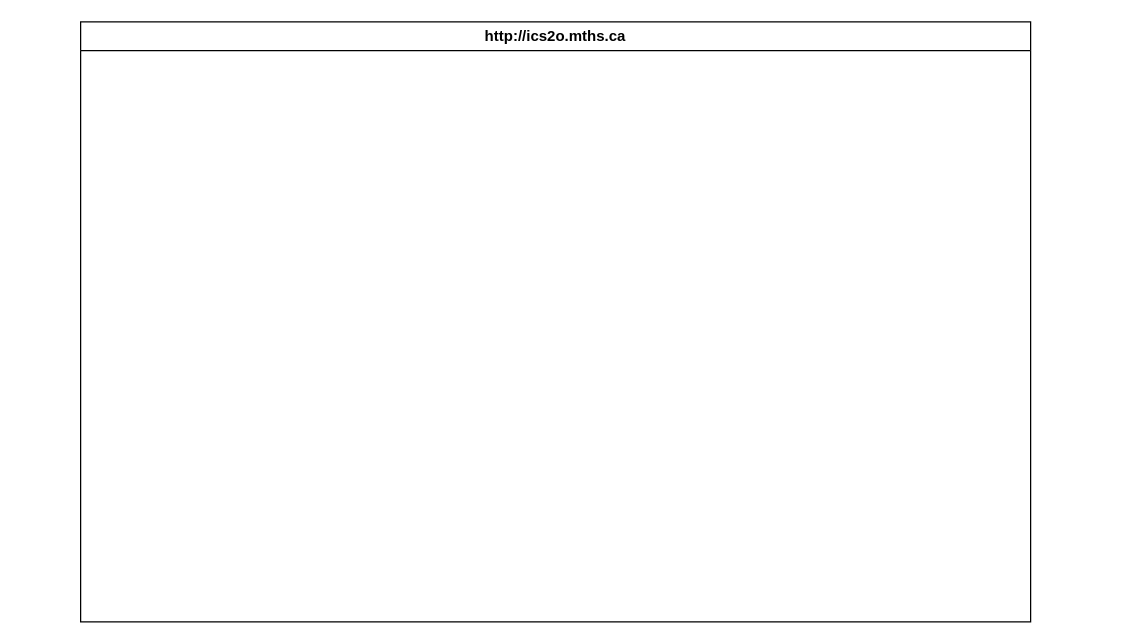
The draw.io diagram design/storyboard.drawio in MTHS-ICD2O-1-2023/ICD2O-Unit-5-06-pablo-fiallos-granados, before the edit. Source tidied: cells renumbered, new cells numbered last; positions are measured from the earlier drawing's top-left corner, leaving out a move shared by most shapes. Both pictures are drawn from the tidied source at 125%, with x=0, y=0 at pixel (80, 21). Pictures stored in the file or linked from it are replaced by grey dashed boxes.
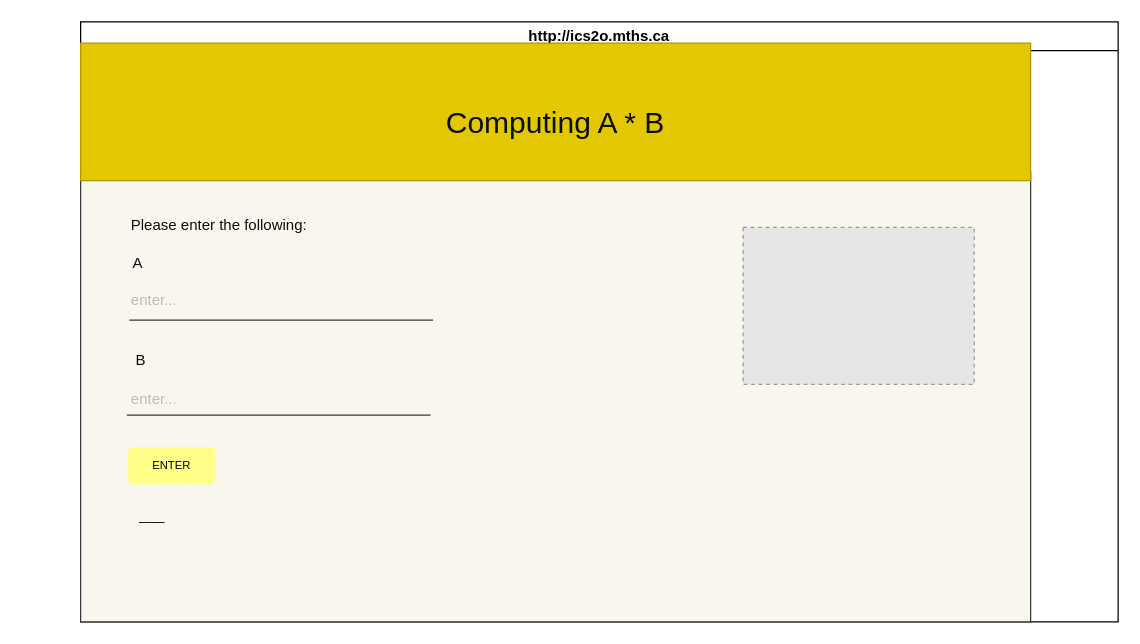
The same diagram, later.

What changed in the source:
```diff
@@
 <mxGraphModel>
   <root>
     <mxCell id="0" />
     <mxCell id="1" parent="0" />
     <mxCell id="2" value="http://ics2o.mths.ca" style="swimlane;whiteSpace=wrap;html=1;" parent="1" vertex="1">
-      <mxGeometry width="760" height="480" as="geometry" />
+      <mxGeometry width="830" height="480" as="geometry" />
     </mxCell>
+    <mxCell id="3" style="rounded=0;whiteSpace=wrap;html=1;fillColor=#f9f7ed;strokeColor=#36393d;fontSize=9;" parent="2" vertex="1">
+      <mxGeometry y="120" width="760" height="360" as="geometry" />
+    </mxCell>
+    <mxCell id="4" value="A" style="text;html=1;strokeColor=none;fillColor=none;align=center;verticalAlign=middle;whiteSpace=wrap;rounded=0;fontColor=#0D0D0D;" parent="2" vertex="1">
+      <mxGeometry x="-29" y="178" width="150" height="30" as="geometry" />
+    </mxCell>
+    <mxCell id="5" value="enter..." style="text;html=1;strokeColor=none;fillColor=none;align=center;verticalAlign=middle;whiteSpace=wrap;rounded=0;fontColor=#BDBBB9;" parent="2" vertex="1">
+      <mxGeometry x="28" y="287" width="62" height="30" as="geometry" />
+    </mxCell>
+    <mxCell id="6" style="whiteSpace=wrap;html=1;fillColor=#e3c800;fontColor=#000000;strokeColor=#B09500;" parent="2" vertex="1">
+      <mxGeometry y="17" width="760" height="110" as="geometry" />
+    </mxCell>
+    <mxCell id="7" value="&lt;font color=&quot;#000000&quot; style=&quot;font-size: 9px;&quot;&gt;ENTER&lt;/font&gt;" style="rounded=1;whiteSpace=wrap;html=1;fillColor=#ffff88;strokeColor=none;fontSize=9;" parent="2" vertex="1">
+      <mxGeometry x="38" y="340" width="70" height="30" as="geometry" />
+    </mxCell>
+    <mxCell id="8" value="B&amp;nbsp;" style="text;html=1;strokeColor=none;fillColor=none;align=center;verticalAlign=middle;whiteSpace=wrap;rounded=0;fontColor=#0D0D0D;" parent="2" vertex="1">
+      <mxGeometry x="-25" y="256" width="150" height="30" as="geometry" />
+    </mxCell>
+    <mxCell id="9" value="___" style="text;html=1;strokeColor=none;fillColor=none;align=center;verticalAlign=middle;whiteSpace=wrap;rounded=0;fontColor=#0D0D0D;" parent="2" vertex="1">
+      <mxGeometry x="-25" y="380" width="165" height="30" as="geometry" />
+    </mxCell>
+    <mxCell id="10" value="Please enter the following:" style="text;html=1;strokeColor=none;fillColor=none;align=center;verticalAlign=middle;whiteSpace=wrap;rounded=0;fontColor=#0D0D0D;" parent="2" vertex="1">
+      <mxGeometry x="-47" y="148" width="316" height="30" as="geometry" />
+    </mxCell>
+    <mxCell id="11" value="enter..." style="text;html=1;strokeColor=none;fillColor=none;align=center;verticalAlign=middle;whiteSpace=wrap;rounded=0;fontColor=#BDBBB9;" parent="2" vertex="1">
+      <mxGeometry x="28" y="208" width="62" height="30" as="geometry" />
+    </mxCell>
+    <mxCell id="12" style="endArrow=none;html=1;fontColor=#0D0D0D;jumpSize=5;fillColor=#eeeeee;strokeColor=#36393d;" parent="2" edge="1">
+      <mxGeometry relative="1" as="geometry">
+        <mxPoint x="39" y="238.5" as="sourcePoint" />
+        <mxPoint x="282" y="238.5" as="targetPoint" />
+      </mxGeometry>
+    </mxCell>
+    <mxCell id="13" style="fillColor=#E6E6E6;strokeColor=#999999;dashed=1;verticalLabelPosition=bottom;labelBackgroundColor=default;verticalAlign=top;" parent="2" vertex="1">
+      <mxGeometry x="530" y="164.4" width="184.9" height="125.6" as="geometry" />
+    </mxCell>
+    <mxCell id="14" value="&lt;h1&gt;&lt;font color=&quot;#0d0d0d&quot;&gt;&lt;span style=&quot;font-weight: 400;&quot;&gt;Computing A * B&lt;/span&gt;&lt;/font&gt;&lt;/h1&gt;" style="text;html=1;strokeColor=none;fillColor=none;align=center;verticalAlign=middle;whiteSpace=wrap;rounded=0;" parent="1" vertex="1">
+      <mxGeometry x="160" y="21" width="440" height="120" as="geometry" />
+    </mxCell>
+    <mxCell id="15" style="endArrow=none;html=1;fontColor=#0D0D0D;jumpSize=5;fillColor=#eeeeee;strokeColor=#36393d;" parent="1" edge="1">
+      <mxGeometry relative="1" as="geometry">
+        <mxPoint x="37" y="314.5" as="sourcePoint" />
+        <mxPoint x="280" y="314.5" as="targetPoint" />
+      </mxGeometry>
+    </mxCell>
   </root>
 </mxGraphModel>
```
